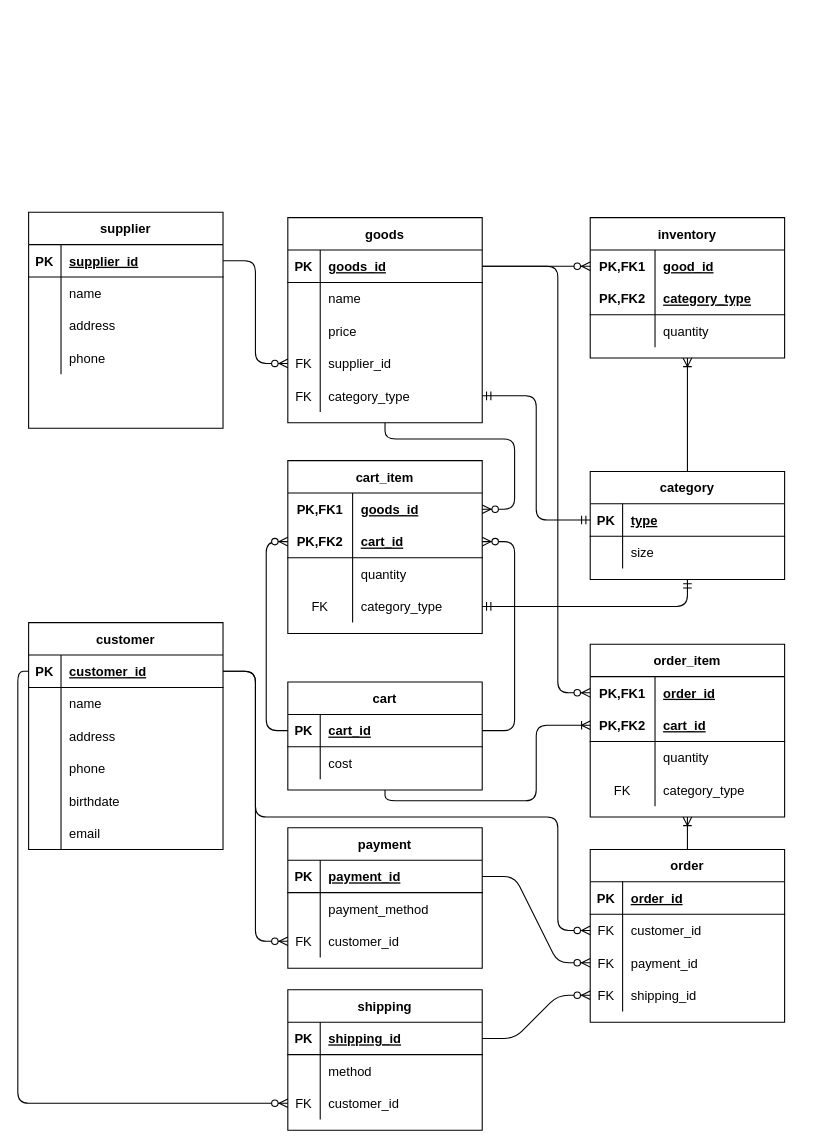
Above: ermodel.drawio in BoshiLee/ecommerce (draw.io), before the change. Source tidied: cells renumbered, new cells numbered last; positions are measured from the earlier drawing's top-left corner, leaving out a move shared by most shapes. Both pictures are drawn from the tidied source at 108%, with x=0, y=0 at pixel (28, 212).
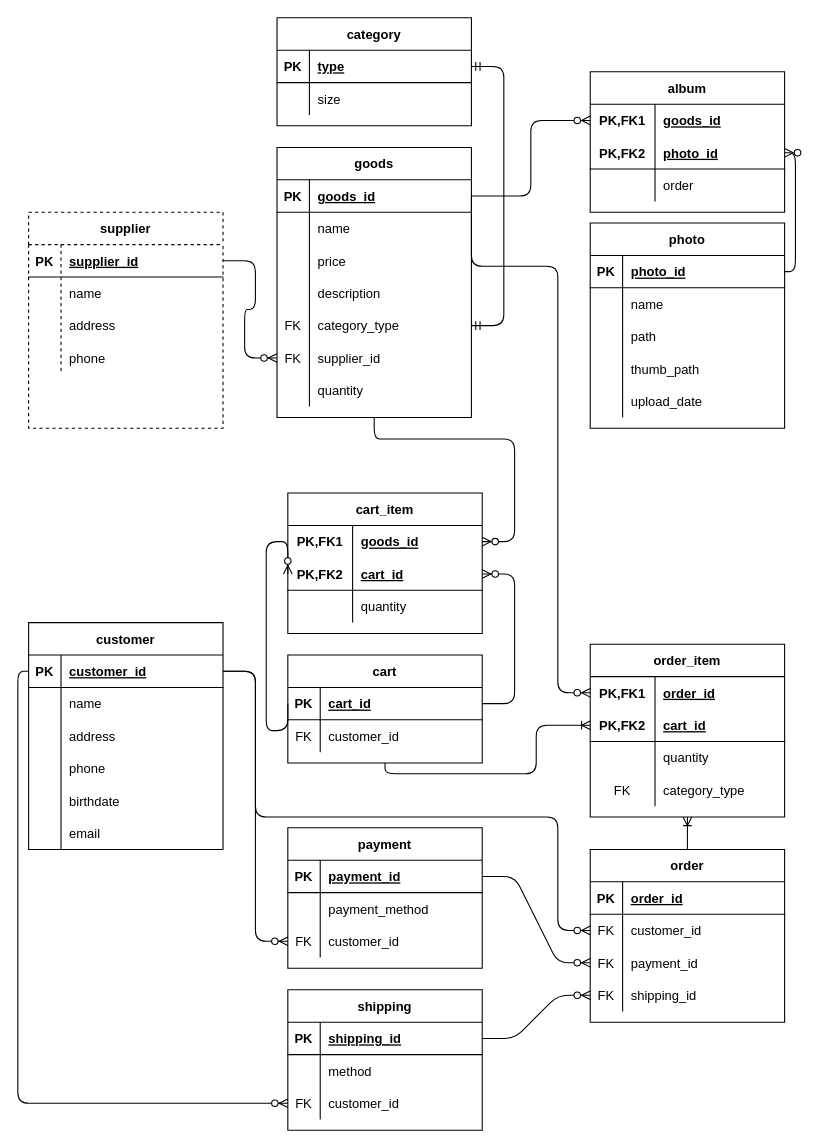
After the change.

The change refers to these unchanged cells:
```xml
<mxCell id="45" style="shape=partialRectangle;fillColor=none;top=0;left=0;bottom=1;right=0;points=[[0,0.5],[1,0.5]];portConstraint=eastwest;" parent="44" vertex="1">
  <mxGeometry y="30" width="180" height="30" as="geometry" />
</mxCell>
<mxCell id="61" style="shape=partialRectangle;fillColor=none;top=0;left=0;bottom=1;right=0;points=[[0,0.5],[1,0.5]];portConstraint=eastwest;" parent="60" vertex="1">
  <mxGeometry y="30" width="180" height="30" as="geometry" />
</mxCell>
```

The edit, as a diff of the source:
```diff
@@
-    <mxCell id="31" value="supplier" style="shape=table;startSize=30;childLayout=tableLayout;rowLines=0;fontStyle=1;align=center;" parent="1" vertex="1">
+    <mxCell id="31" value="supplier" style="shape=table;startSize=30;childLayout=tableLayout;rowLines=0;fontStyle=1;align=center;dashed=1;" parent="1" vertex="1">
       <mxGeometry width="180" height="200" as="geometry" />
     </mxCell>
@@
     <mxCell id="44" value="goods" style="shape=table;startSize=30;childLayout=tableLayout;rowLines=0;fontStyle=1;align=center;" parent="1" vertex="1">
-      <mxGeometry x="240" y="5" width="180" height="190" as="geometry" />
+      <mxGeometry x="230" y="-60" width="180" height="250" as="geometry" />
     </mxCell>
@@
+    <mxCell id="149" style="shape=partialRectangle;fillColor=none;top=0;left=0;bottom=0;right=0;" parent="44" vertex="1">
+      <mxGeometry y="120" width="180" height="30" as="geometry" />
+    </mxCell>
+    <mxCell id="150" style="shape=partialRectangle;fillColor=none;top=0;left=0;bottom=0;right=0;overflow=hidden;" parent="149" vertex="1">
+      <mxGeometry width="30" height="30" as="geometry" />
+    </mxCell>
+    <mxCell id="151" value="description" style="shape=partialRectangle;fillColor=none;top=0;left=0;bottom=0;right=0;align=left;spacingLeft=6;overflow=hidden;" parent="149" vertex="1">
+      <mxGeometry x="30" width="150" height="30" as="geometry" />
+    </mxCell>
+    <mxCell id="57" style="shape=partialRectangle;fillColor=none;top=0;left=0;bottom=0;right=0;points=[[0,0.5],[1,0.5]];portConstraint=eastwest;" parent="44" vertex="1">
+      <mxGeometry y="150" width="180" height="30" as="geometry" />
+    </mxCell>
+    <mxCell id="58" value="FK" style="shape=partialRectangle;fillColor=none;top=0;left=0;bottom=0;right=0;fontStyle=0;overflow=hidden;" parent="57" vertex="1">
+      <mxGeometry width="30" height="30" as="geometry" />
+    </mxCell>
+    <mxCell id="59" value="category_type" style="shape=partialRectangle;fillColor=none;top=0;left=0;bottom=0;right=0;align=left;spacingLeft=6;fontStyle=0;overflow=hidden;" parent="57" vertex="1">
+      <mxGeometry x="30" width="150" height="30" as="geometry" />
+    </mxCell>
     <mxCell id="54" style="shape=partialRectangle;fillColor=none;top=0;left=0;bottom=0;right=0;points=[[0,0.5],[1,0.5]];portConstraint=eastwest;" parent="44" vertex="1">
-      <mxGeometry y="120" width="180" height="30" as="geometry" />
+      <mxGeometry y="180" width="180" height="30" as="geometry" />
     </mxCell>
@@
-    <mxCell id="57" style="shape=partialRectangle;fillColor=none;top=0;left=0;bottom=0;right=0;points=[[0,0.5],[1,0.5]];portConstraint=eastwest;" parent="44" vertex="1">
-      <mxGeometry y="150" width="180" height="30" as="geometry" />
-    </mxCell>
-    <mxCell id="58" value="FK" style="shape=partialRectangle;fillColor=none;top=0;left=0;bottom=0;right=0;fontStyle=0;overflow=hidden;" parent="57" vertex="1">
-      <mxGeometry width="30" height="30" as="geometry" />
-    </mxCell>
-    <mxCell id="59" value="category_type" style="shape=partialRectangle;fillColor=none;top=0;left=0;bottom=0;right=0;align=left;spacingLeft=6;fontStyle=0;overflow=hidden;" parent="57" vertex="1">
-      <mxGeometry x="30" width="150" height="30" as="geometry" />
-    </mxCell>
+    <mxCell id="110" style="shape=partialRectangle;fillColor=none;top=0;left=0;bottom=0;right=0;" parent="44" vertex="1">
+      <mxGeometry y="210" width="180" height="30" as="geometry" />
+    </mxCell>
+    <mxCell id="111" style="shape=partialRectangle;fillColor=none;top=0;left=0;bottom=0;right=0;overflow=hidden;" parent="110" vertex="1">
+      <mxGeometry width="30" height="30" as="geometry" />
+    </mxCell>
+    <mxCell id="112" value="quantity" style="shape=partialRectangle;fillColor=none;top=0;left=0;bottom=0;right=0;align=left;spacingLeft=6;overflow=hidden;" parent="110" vertex="1">
+      <mxGeometry x="30" width="150" height="30" as="geometry" />
+    </mxCell>
     <mxCell id="60" value="category" style="shape=table;startSize=30;childLayout=tableLayout;rowLines=0;fontStyle=1;align=center;" parent="1" vertex="1">
-      <mxGeometry x="520" y="240" width="180" height="100" as="geometry" />
+      <mxGeometry x="230" y="-180" width="180" height="100" as="geometry" />
     </mxCell>
@@
     <mxCell id="67" value="cart" style="shape=table;startSize=30;childLayout=tableLayout;rowLines=0;fontStyle=1;align=center;" parent="1" vertex="1">
-      <mxGeometry x="240" y="435" width="180" height="100" as="geometry" />
+      <mxGeometry x="240" y="410" width="180" height="100" as="geometry" />
     </mxCell>
@@
-    <mxCell id="71" style="shape=partialRectangle;fillColor=none;top=0;left=0;bottom=0;right=0;" parent="67" vertex="1">
-      <mxGeometry y="60" width="180" height="30" as="geometry" />
-    </mxCell>
-    <mxCell id="72" style="shape=partialRectangle;fillColor=none;top=0;left=0;bottom=0;right=0;overflow=hidden;" parent="71" vertex="1">
-      <mxGeometry width="30" height="30" as="geometry" />
-    </mxCell>
-    <mxCell id="73" value="cost" style="shape=partialRectangle;fillColor=none;top=0;left=0;bottom=0;right=0;align=left;spacingLeft=6;overflow=hidden;" parent="71" vertex="1">
-      <mxGeometry x="30" width="150" height="30" as="geometry" />
-    </mxCell>
+    <mxCell id="152" style="shape=partialRectangle;fillColor=none;top=0;left=0;bottom=0;right=0;" parent="67" vertex="1">
+      <mxGeometry y="60" width="180" height="30" as="geometry" />
+    </mxCell>
+    <mxCell id="98" value="FK" style="shape=partialRectangle;fillColor=none;top=0;left=0;bottom=0;right=0;fontStyle=0;overflow=hidden;" parent="152" vertex="1">
+      <mxGeometry width="30" height="30" as="geometry" />
+    </mxCell>
+    <mxCell id="153" value="customer_id" style="shape=partialRectangle;fillColor=none;top=0;left=0;bottom=0;right=0;align=left;spacingLeft=6;fontStyle=0;overflow=hidden;" parent="152" vertex="1">
+      <mxGeometry x="30" width="150" height="30" as="geometry" />
+    </mxCell>
@@
     <mxCell id="87" value="cart_item" style="shape=table;startSize=30;childLayout=tableLayout;rowLines=0;fontStyle=1;align=center;" parent="1" vertex="1">
-      <mxGeometry x="240" y="230" width="180" height="160" as="geometry" />
+      <mxGeometry x="240" y="260" width="180" height="130" as="geometry" />
     </mxCell>
@@
-    <mxCell id="97" style="shape=partialRectangle;fillColor=none;top=0;left=0;bottom=0;right=0;points=[[0,0.5],[1,0.5]];portConstraint=eastwest;dashed=1;" parent="87" vertex="1">
-      <mxGeometry y="120" width="180" height="30" as="geometry" />
-    </mxCell>
-    <mxCell id="98" value="FK" style="shape=partialRectangle;fillColor=none;top=0;left=0;bottom=0;right=0;fontStyle=0;overflow=hidden;" parent="97" vertex="1">
-      <mxGeometry width="60" height="30" as="geometry" />
-    </mxCell>
-    <mxCell id="99" value="category_type" style="shape=partialRectangle;fillColor=none;top=0;left=0;bottom=0;right=0;align=left;spacingLeft=6;fontStyle=0;overflow=hidden;" parent="97" vertex="1">
-      <mxGeometry x="60" width="120" height="30" as="geometry" />
-    </mxCell>
@@
-    <mxCell id="103" value="inventory" style="shape=table;startSize=30;childLayout=tableLayout;rowLines=0;fontStyle=1;align=center;" parent="1" vertex="1">
-      <mxGeometry x="520" y="5" width="180" height="130" as="geometry" />
-    </mxCell>
-    <mxCell id="104" style="shape=partialRectangle;fillColor=none;top=0;left=0;bottom=0;right=0;points=[[0,0.5],[1,0.5]];portConstraint=eastwest;" parent="103" vertex="1">
-      <mxGeometry y="30" width="180" height="30" as="geometry" />
-    </mxCell>
-    <mxCell id="105" value="PK,FK1" style="shape=partialRectangle;fillColor=none;top=0;left=0;bottom=0;right=0;fontStyle=1;overflow=hidden;" parent="104" vertex="1">
-      <mxGeometry width="60" height="30" as="geometry" />
-    </mxCell>
-    <mxCell id="106" value="good_id" style="shape=partialRectangle;fillColor=none;top=0;left=0;bottom=0;right=0;align=left;spacingLeft=6;fontStyle=5;overflow=hidden;" parent="104" vertex="1">
-      <mxGeometry x="60" width="120" height="30" as="geometry" />
-    </mxCell>
-    <mxCell id="107" style="shape=partialRectangle;fillColor=none;top=0;left=0;bottom=1;right=0;points=[[0,0.5],[1,0.5]];portConstraint=eastwest;" parent="103" vertex="1">
-      <mxGeometry y="60" width="180" height="30" as="geometry" />
-    </mxCell>
-    <mxCell id="108" value="PK,FK2" style="shape=partialRectangle;fillColor=none;top=0;left=0;bottom=0;right=0;fontStyle=1;overflow=hidden;" parent="107" vertex="1">
-      <mxGeometry width="60" height="30" as="geometry" />
-    </mxCell>
-    <mxCell id="109" value="category_type" style="shape=partialRectangle;fillColor=none;top=0;left=0;bottom=0;right=0;align=left;spacingLeft=6;fontStyle=5;overflow=hidden;" parent="107" vertex="1">
-      <mxGeometry x="60" width="120" height="30" as="geometry" />
-    </mxCell>
-    <mxCell id="110" style="shape=partialRectangle;fillColor=none;top=0;left=0;bottom=0;right=0;" parent="103" vertex="1">
-      <mxGeometry y="90" width="180" height="30" as="geometry" />
-    </mxCell>
-    <mxCell id="111" style="shape=partialRectangle;fillColor=none;top=0;left=0;bottom=0;right=0;overflow=hidden;" parent="110" vertex="1">
-      <mxGeometry width="60" height="30" as="geometry" />
-    </mxCell>
-    <mxCell id="112" value="quantity" style="shape=partialRectangle;fillColor=none;top=0;left=0;bottom=0;right=0;align=left;spacingLeft=6;overflow=hidden;" parent="110" vertex="1">
-      <mxGeometry x="60" width="120" height="30" as="geometry" />
-    </mxCell>
-    <mxCell id="113" style="edgeStyle=orthogonalEdgeStyle;fontSize=12;html=1;endArrow=ERmandOne;startArrow=ERmandOne;entryX=0.5;entryY=1;entryDx=0;entryDy=0;exitX=1;exitY=0.5;exitDx=0;exitDy=0;" parent="1" edge="1" source="97" target="60">
-      <mxGeometry relative="1" as="geometry" />
-    </mxCell>
-    <mxCell id="114" style="edgeStyle=orthogonalEdgeStyle;fontSize=12;html=1;endArrow=ERmandOne;startArrow=ERmandOne;entryX=1;entryY=0.5;entryDx=0;entryDy=0;exitX=0;exitY=0.5;exitDx=0;exitDy=0;" parent="1" edge="1" source="61" target="57">
-      <mxGeometry relative="1" as="geometry" />
+    <mxCell id="114" style="edgeStyle=orthogonalEdgeStyle;fontSize=12;html=1;endArrow=ERmandOne;startArrow=ERmandOne;entryX=1;entryY=0.5;entryDx=0;entryDy=0;exitX=1;exitY=0.5;exitDx=0;exitDy=0;" parent="1" edge="1" source="61" target="57">
+      <mxGeometry relative="1" as="geometry">
+        <Array as="points">
+          <mxPoint x="440" y="-135" />
+          <mxPoint x="440" y="105" />
+        </Array>
+      </mxGeometry>
     </mxCell>
-    <mxCell id="115" style="edgeStyle=orthogonalEdgeStyle;fontSize=12;html=1;endArrow=ERzeroToMany;endFill=1;entryX=0;entryY=0.5;entryDx=0;entryDy=0;exitX=1;exitY=0.5;exitDx=0;exitDy=0;" parent="1" edge="1" source="45" target="104">
-      <mxGeometry relative="1" as="geometry" />
-    </mxCell>
-    <mxCell id="116" style="fontSize=12;html=1;endArrow=ERoneToMany;entryX=0.5;entryY=1;entryDx=0;entryDy=0;exitX=0.5;exitY=0;exitDx=0;exitDy=0;" parent="1" edge="1" source="60" target="103">
-      <mxGeometry relative="1" as="geometry" />
-    </mxCell>
@@
+    <mxCell id="154" value="photo" style="shape=table;startSize=30;childLayout=tableLayout;rowLines=0;fontStyle=1;align=center;" parent="1" vertex="1">
+      <mxGeometry x="520" y="10" width="180" height="190" as="geometry" />
+    </mxCell>
+    <mxCell id="155" style="shape=partialRectangle;fillColor=none;top=0;left=0;bottom=1;right=0;points=[[0,0.5],[1,0.5]];portConstraint=eastwest;" parent="154" vertex="1">
+      <mxGeometry y="30" width="180" height="30" as="geometry" />
+    </mxCell>
+    <mxCell id="156" value="PK" style="shape=partialRectangle;fillColor=none;top=0;left=0;bottom=0;right=0;fontStyle=1;overflow=hidden;" parent="155" vertex="1">
+      <mxGeometry width="30" height="30" as="geometry" />
+    </mxCell>
+    <mxCell id="157" value="photo_id" style="shape=partialRectangle;fillColor=none;top=0;left=0;bottom=0;right=0;align=left;spacingLeft=6;fontStyle=5;overflow=hidden;" parent="155" vertex="1">
+      <mxGeometry x="30" width="150" height="30" as="geometry" />
+    </mxCell>
+    <mxCell id="158" style="shape=partialRectangle;fillColor=none;top=0;left=0;bottom=0;right=0;" parent="154" vertex="1">
+      <mxGeometry y="60" width="180" height="30" as="geometry" />
+    </mxCell>
+    <mxCell id="159" style="shape=partialRectangle;fillColor=none;top=0;left=0;bottom=0;right=0;overflow=hidden;" parent="158" vertex="1">
+      <mxGeometry width="30" height="30" as="geometry" />
+    </mxCell>
+    <mxCell id="160" value="name" style="shape=partialRectangle;fillColor=none;top=0;left=0;bottom=0;right=0;align=left;spacingLeft=6;overflow=hidden;" parent="158" vertex="1">
+      <mxGeometry x="30" width="150" height="30" as="geometry" />
+    </mxCell>
+    <mxCell id="161" style="shape=partialRectangle;fillColor=none;top=0;left=0;bottom=0;right=0;" parent="154" vertex="1">
+      <mxGeometry y="90" width="180" height="30" as="geometry" />
+    </mxCell>
+    <mxCell id="162" style="shape=partialRectangle;fillColor=none;top=0;left=0;bottom=0;right=0;overflow=hidden;" parent="161" vertex="1">
+      <mxGeometry width="30" height="30" as="geometry" />
+    </mxCell>
+    <mxCell id="163" value="path" style="shape=partialRectangle;fillColor=none;top=0;left=0;bottom=0;right=0;align=left;spacingLeft=6;overflow=hidden;" parent="161" vertex="1">
+      <mxGeometry x="30" width="150" height="30" as="geometry" />
+    </mxCell>
+    <mxCell id="164" style="shape=partialRectangle;fillColor=none;top=0;left=0;bottom=0;right=0;" parent="154" vertex="1">
+      <mxGeometry y="120" width="180" height="30" as="geometry" />
+    </mxCell>
+    <mxCell id="165" style="shape=partialRectangle;fillColor=none;top=0;left=0;bottom=0;right=0;overflow=hidden;" parent="164" vertex="1">
+      <mxGeometry width="30" height="30" as="geometry" />
+    </mxCell>
+    <mxCell id="166" value="thumb_path" style="shape=partialRectangle;fillColor=none;top=0;left=0;bottom=0;right=0;align=left;spacingLeft=6;overflow=hidden;" parent="164" vertex="1">
+      <mxGeometry x="30" width="150" height="30" as="geometry" />
+    </mxCell>
+    <mxCell id="167" style="shape=partialRectangle;fillColor=none;top=0;left=0;bottom=0;right=0;" parent="154" vertex="1">
+      <mxGeometry y="150" width="180" height="30" as="geometry" />
+    </mxCell>
+    <mxCell id="168" style="shape=partialRectangle;fillColor=none;top=0;left=0;bottom=0;right=0;overflow=hidden;" parent="167" vertex="1">
+      <mxGeometry width="30" height="30" as="geometry" />
+    </mxCell>
+    <mxCell id="169" value="upload_date" style="shape=partialRectangle;fillColor=none;top=0;left=0;bottom=0;right=0;align=left;spacingLeft=6;overflow=hidden;" parent="167" vertex="1">
+      <mxGeometry x="30" width="150" height="30" as="geometry" />
+    </mxCell>
+    <mxCell id="170" value="album" style="shape=table;startSize=30;childLayout=tableLayout;rowLines=0;fontStyle=1;align=center;" parent="1" vertex="1">
+      <mxGeometry x="520" y="-130" width="180" height="130" as="geometry" />
+    </mxCell>
+    <mxCell id="104" style="shape=partialRectangle;fillColor=none;top=0;left=0;bottom=0;right=0;points=[[0,0.5],[1,0.5]];portConstraint=eastwest;" parent="170" vertex="1">
+      <mxGeometry y="30" width="180" height="30" as="geometry" />
+    </mxCell>
+    <mxCell id="105" value="PK,FK1" style="shape=partialRectangle;fillColor=none;top=0;left=0;bottom=0;right=0;fontStyle=1;overflow=hidden;" parent="104" vertex="1">
+      <mxGeometry width="60" height="30" as="geometry" />
+    </mxCell>
+    <mxCell id="171" value="goods_id" style="shape=partialRectangle;fillColor=none;top=0;left=0;bottom=0;right=0;align=left;spacingLeft=6;fontStyle=5;overflow=hidden;" parent="104" vertex="1">
+      <mxGeometry x="60" width="120" height="30" as="geometry" />
+    </mxCell>
+    <mxCell id="107" style="shape=partialRectangle;fillColor=none;top=0;left=0;bottom=1;right=0;points=[[0,0.5],[1,0.5]];portConstraint=eastwest;" parent="170" vertex="1">
+      <mxGeometry y="60" width="180" height="30" as="geometry" />
+    </mxCell>
+    <mxCell id="108" value="PK,FK2" style="shape=partialRectangle;fillColor=none;top=0;left=0;bottom=0;right=0;fontStyle=1;overflow=hidden;" parent="107" vertex="1">
+      <mxGeometry width="60" height="30" as="geometry" />
+    </mxCell>
+    <mxCell id="172" value="photo_id" style="shape=partialRectangle;fillColor=none;top=0;left=0;bottom=0;right=0;align=left;spacingLeft=6;fontStyle=5;overflow=hidden;" parent="107" vertex="1">
+      <mxGeometry x="60" width="120" height="30" as="geometry" />
+    </mxCell>
+    <mxCell id="173" style="shape=partialRectangle;fillColor=none;top=0;left=0;bottom=0;right=0;" parent="170" vertex="1">
+      <mxGeometry y="90" width="180" height="30" as="geometry" />
+    </mxCell>
+    <mxCell id="174" style="shape=partialRectangle;fillColor=none;top=0;left=0;bottom=0;right=0;overflow=hidden;" parent="173" vertex="1">
+      <mxGeometry width="60" height="30" as="geometry" />
+    </mxCell>
+    <mxCell id="175" value="order" style="shape=partialRectangle;fillColor=none;top=0;left=0;bottom=0;right=0;align=left;spacingLeft=6;overflow=hidden;" parent="173" vertex="1">
+      <mxGeometry x="60" width="120" height="30" as="geometry" />
+    </mxCell>
+    <mxCell id="115" style="edgeStyle=orthogonalEdgeStyle;fontSize=12;html=1;endArrow=ERzeroToMany;endFill=1;entryX=0;entryY=0.5;entryDx=0;entryDy=0;exitX=1;exitY=0.5;exitDx=0;exitDy=0;" parent="1" edge="1" source="45" target="104">
+      <mxGeometry relative="1" as="geometry" />
+    </mxCell>
+    <mxCell id="176" style="edgeStyle=orthogonalEdgeStyle;fontSize=12;html=1;endArrow=ERzeroToMany;endFill=1;entryX=1;entryY=0.5;entryDx=0;entryDy=0;exitX=1;exitY=0.5;exitDx=0;exitDy=0;" parent="1" edge="1" source="155" target="107">
+      <mxGeometry relative="1" as="geometry" />
+    </mxCell>
```
